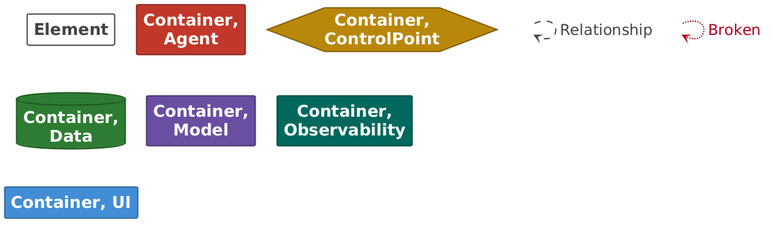
This is docs/architecture/exports/structurizr-Deployment-key.png from allensanborn/agentic-platform-local, a PlantUML export, as it was before one commit. The source it was exported from:
```plantuml
@startuml

set separator none
hide stereotype

<style>
  root {
    BackgroundColor: #ffffff;
    FontColor: #444444;
  }
  // Element,Container,Agent
  .Element-RWxlbWVudCxDb250YWluZXIsQWdlbnQ= {
    BackgroundColor: #c0392b;
    LineColor: #86271e;
    LineStyle: 0;
    LineThickness: 2;
    FontColor: #ffffff;
    FontSize: 24;
    HorizontalAlignment: center;
    Shadowing: 0;
    MaximumWidth: 200;
  }
  // Element,Container,ControlPoint
  .Element-RWxlbWVudCxDb250YWluZXIsQ29udHJvbFBvaW50 {
    BackgroundColor: #b8860b;
    LineColor: #805d07;
    LineStyle: 0;
    LineThickness: 2;
    FontColor: #ffffff;
    FontSize: 24;
    HorizontalAlignment: center;
    Shadowing: 0;
    MaximumWidth: 200;
  }
  // Element,Container,Data
  .Element-RWxlbWVudCxDb250YWluZXIsRGF0YQ== {
    BackgroundColor: #2e7d32;
    LineColor: #205723;
    LineStyle: 0;
    LineThickness: 2;
    FontColor: #ffffff;
    FontSize: 24;
    HorizontalAlignment: center;
    Shadowing: 0;
    MaximumWidth: 200;
  }
  // Element,Container,Model
  .Element-RWxlbWVudCxDb250YWluZXIsTW9kZWw= {
    BackgroundColor: #6b4fa0;
    LineColor: #4a3770;
    LineStyle: 0;
    LineThickness: 2;
    FontColor: #ffffff;
    FontSize: 24;
    HorizontalAlignment: center;
    Shadowing: 0;
    MaximumWidth: 200;
  }
  // Element,Container,Observability
  .Element-RWxlbWVudCxDb250YWluZXIsT2JzZXJ2YWJpbGl0eQ== {
    BackgroundColor: #00695c;
    LineColor: #004940;
    LineStyle: 0;
    LineThickness: 2;
    FontColor: #ffffff;
    FontSize: 24;
    HorizontalAlignment: center;
    Shadowing: 0;
    MaximumWidth: 200;
  }
  // Element,Container,UI
  .Element-RWxlbWVudCxDb250YWluZXIsVUk= {
    BackgroundColor: #438dd5;
    LineColor: #2e6295;
    LineStyle: 0;
    LineThickness: 2;
    FontColor: #ffffff;
    FontSize: 24;
    HorizontalAlignment: center;
    Shadowing: 0;
    MaximumWidth: 200;
  }
  // Relationship
  .Relationship-UmVsYXRpb25zaGlw {
    LineThickness: 2;
    LineStyle: 10-10;
    LineColor: #444444;
    FontColor: #444444;
    FontSize: 24;
    MaximumWidth: 200;
  }
  // Relationship,Broken
  .Relationship-UmVsYXRpb25zaGlwLEJyb2tlbg== {
    LineThickness: 2;
    LineStyle: 2-2;
    LineColor: #b00020;
    FontColor: #b00020;
    FontSize: 24;
    MaximumWidth: 200;
  }
  // Element
  .DeploymentNode-RWxlbWVudA== {
    BackgroundColor: #ffffff;
    LineColor: #444444;
    LineStyle: 0;
    LineThickness: 2;
    FontColor: #444444;
    FontSize: 24;
    HorizontalAlignment: center;
    Shadowing: 0;
    MaximumWidth: 200;
  }
  // transparent element for relationships in legend
  .Element-Transparent {
    BackgroundColor: transparent;
    LineColor: transparent;
    FontColor: transparent;
  }
</style>

rectangle "==Element" <<DeploymentNode-RWxlbWVudA==>>

rectangle "==Container, Agent" <<Element-RWxlbWVudCxDb250YWluZXIsQWdlbnQ=>>

hexagon "==Container, ControlPoint" <<Element-RWxlbWVudCxDb250YWluZXIsQ29udHJvbFBvaW50>>

database "==Container, Data" <<Element-RWxlbWVudCxDb250YWluZXIsRGF0YQ==>>

rectangle "==Container, Model" <<Element-RWxlbWVudCxDb250YWluZXIsTW9kZWw=>>

rectangle "==Container, Observability" <<Element-RWxlbWVudCxDb250YWluZXIsT2JzZXJ2YWJpbGl0eQ==>>

rectangle "==Container, UI" <<Element-RWxlbWVudCxDb250YWluZXIsVUk=>>

rectangle "." <<.Element-Transparent>> as 1
1 --> 1 <<Relationship-UmVsYXRpb25zaGlw>> : "Relationship"

rectangle "." <<.Element-Transparent>> as 2
2 --> 2 <<Relationship-UmVsYXRpb25zaGlwLEJyb2tlbg==>> : "Broken"

@enduml
```
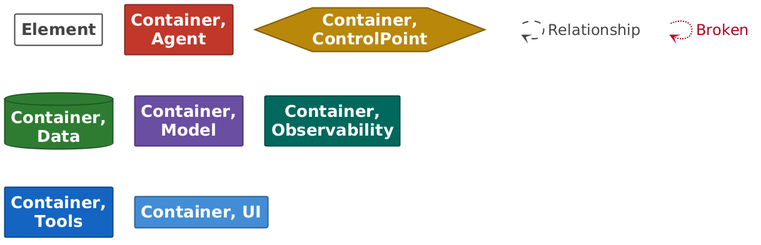
The same diagram one commit later.

Change to the diagram source:
```diff
@@ -68,6 +68,18 @@
     Shadowing: 0;
     MaximumWidth: 200;
   }
+  // Element,Container,Tools
+  .Element-RWxlbWVudCxDb250YWluZXIsVG9vbHM= {
+    BackgroundColor: #1565c0;
+    LineColor: #0e4686;
+    LineStyle: 0;
+    LineThickness: 2;
+    FontColor: #ffffff;
+    FontSize: 24;
+    HorizontalAlignment: center;
+    Shadowing: 0;
+    MaximumWidth: 200;
+  }
   // Element,Container,UI
   .Element-RWxlbWVudCxDb250YWluZXIsVUk= {
     BackgroundColor: #438dd5;
@@ -130,6 +142,8 @@
 
 rectangle "==Container, Observability" <<Element-RWxlbWVudCxDb250YWluZXIsT2JzZXJ2YWJpbGl0eQ==>>
 
+rectangle "==Container, Tools" <<Element-RWxlbWVudCxDb250YWluZXIsVG9vbHM=>>
+
 rectangle "==Container, UI" <<Element-RWxlbWVudCxDb250YWluZXIsVUk=>>
 
 rectangle "." <<.Element-Transparent>> as 1
```
